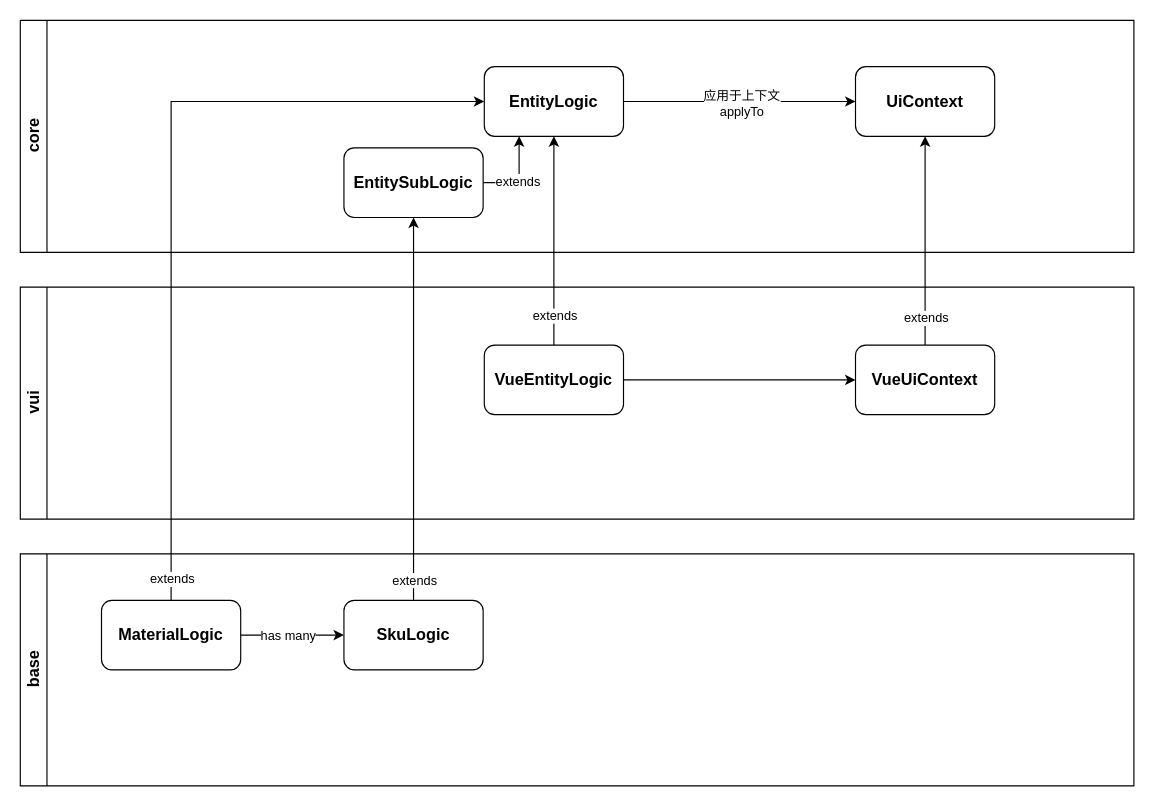
This is page "实体逻辑" (5 of 7) of docs/mmda-vue.drawio from Roy7611/mmda-vue, a draw.io file, before an edit. Source tidied: cells renumbered, new cells numbered last; positions are measured from the earlier drawing's top-left corner, leaving out a move shared by most shapes. Both pictures are drawn from the tidied source at 116%, with x=0, y=0 at pixel (20, 20).
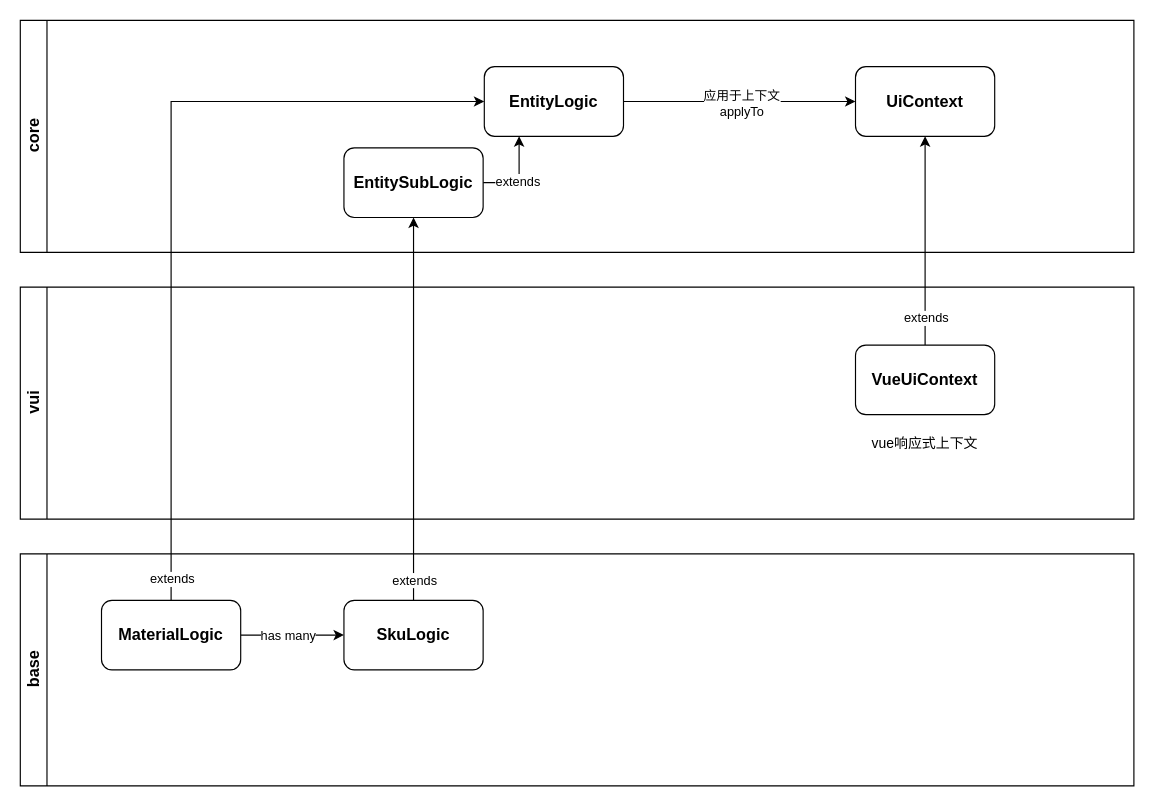
Above is the later version.

The change refers to these unchanged cells:
```xml
<mxCell id="4" value="EntityLogic" style="rounded=1;whiteSpace=wrap;html=1;fontStyle=1;fontSize=14;" parent="1" vertex="1">
  <mxGeometry x="400" y="40" width="120" height="60" as="geometry" />
</mxCell>
<mxCell id="17" value="VueUiContext" style="rounded=1;whiteSpace=wrap;html=1;fontStyle=1;fontSize=14;" parent="1" vertex="1">
  <mxGeometry x="720" y="280" width="120" height="60" as="geometry" />
</mxCell>
<mxCell id="22" value="vui" style="swimlane;horizontal=0;whiteSpace=wrap;html=1;fontSize=14;" parent="1" vertex="1">
  <mxGeometry y="230" width="960" height="200" as="geometry" />
</mxCell>
```

Diff of the diagram source:
```diff
@@
-    <mxCell id="5" style="edgeStyle=orthogonalEdgeStyle;rounded=0;jettySize=auto;html=1;entryX=0.5;entryY=1;entryDx=0;entryDy=0;" parent="1" edge="1" source="8" target="4">
-      <mxGeometry relative="1" as="geometry" />
-    </mxCell>
-    <mxCell id="6" value="extends" style="edgeLabel;html=1;align=center;verticalAlign=middle;" parent="5" vertex="1">
-      <mxGeometry x="-0.71" relative="1" as="geometry" />
-    </mxCell>
-    <mxCell id="7" style="edgeStyle=orthogonalEdgeStyle;rounded=0;jettySize=auto;html=1;entryX=0;entryY=0.5;entryDx=0;entryDy=0;" parent="1" edge="1" source="8" target="17">
-      <mxGeometry relative="1" as="geometry" />
-    </mxCell>
-    <mxCell id="8" value="VueEntityLogic" style="rounded=1;whiteSpace=wrap;html=1;fontStyle=1;fontSize=14;" parent="1" vertex="1">
-      <mxGeometry x="400" y="280" width="120" height="60" as="geometry" />
-    </mxCell>
@@
+    <mxCell id="27" value="vue响应式上下文" style="text;html=1;whiteSpace=wrap;strokeColor=none;fillColor=none;align=center;verticalAlign=middle;rounded=0;" parent="22" vertex="1">
+      <mxGeometry x="720" y="120" width="120" height="30" as="geometry" />
+    </mxCell>
```
